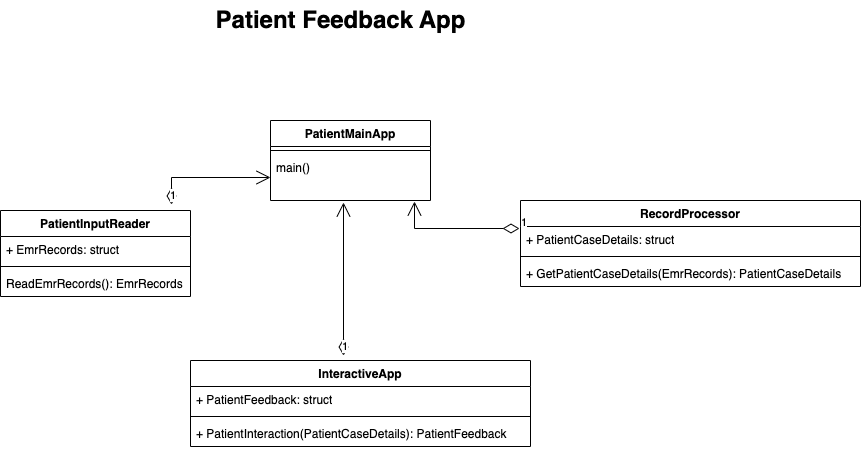
This is ObjectDiagram.drawio.png from vhatgadkar/patient-feedback-app, a draw.io export, as it was before one commit. Source tidied: cells renumbered, new cells last; positions are measured from the earlier drawing's top-left corner, leaving out a move shared by most shapes.
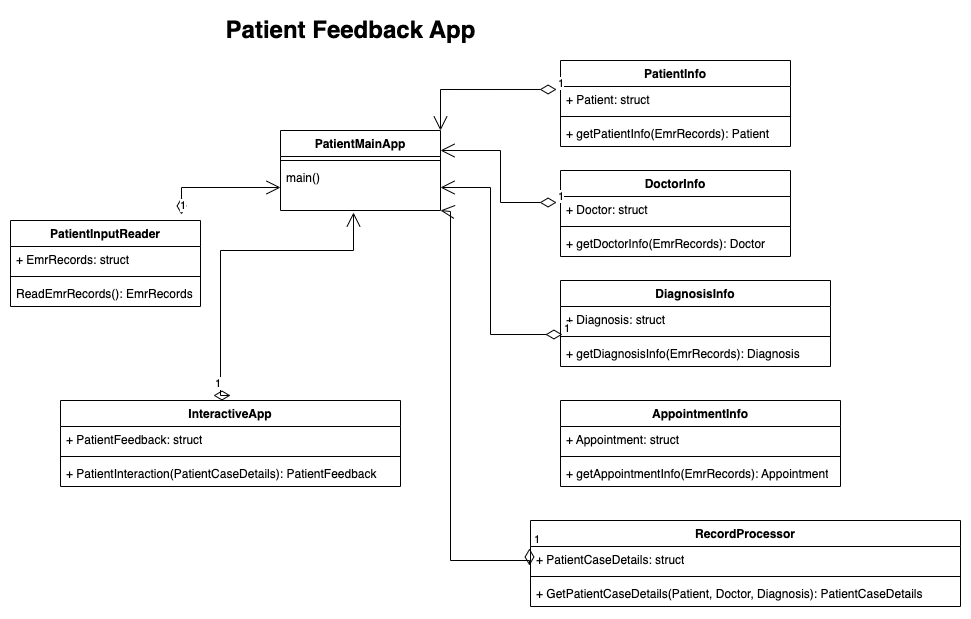
The same file after the commit.

Diff of the diagram source:
```diff
@@ -15,7 +15,7 @@
       <mxGeometry y="60" width="190" height="26" as="geometry" />
     </mxCell>
     <mxCell id="6" value="InteractiveApp" style="swimlane;fontStyle=1;align=center;verticalAlign=top;horizontal=1;startSize=26;whiteSpace=wrap;html=1;" parent="1" vertex="1">
-      <mxGeometry x="190" y="360" width="340" height="86" as="geometry" />
+      <mxGeometry x="50" y="390" width="340" height="86" as="geometry" />
     </mxCell>
     <mxCell id="7" value="+ PatientFeedback: struct" style="text;strokeColor=none;fillColor=none;align=left;verticalAlign=top;spacingLeft=4;spacingRight=4;overflow=hidden;whiteSpace=wrap;html=1;" parent="6" vertex="1">
       <mxGeometry y="26" width="340" height="26" as="geometry" />
@@ -39,30 +39,102 @@
       <mxGeometry x="-1" y="3" relative="1" as="geometry">
         <mxPoint x="343" y="202" as="targetPoint" />
         <Array as="points">
-          <mxPoint x="343" y="202" />
+          <mxPoint x="210" y="385" />
+          <mxPoint x="210" y="240" />
+          <mxPoint x="343" y="240" />
         </Array>
       </mxGeometry>
     </mxCell>
     <mxCell id="14" value="RecordProcessor" style="swimlane;fontStyle=1;align=center;verticalAlign=top;horizontal=1;startSize=26;whiteSpace=wrap;html=1;" parent="1" vertex="1">
-      <mxGeometry x="520" y="200" width="340" height="86" as="geometry" />
+      <mxGeometry x="520" y="510" width="430" height="86" as="geometry" />
     </mxCell>
     <mxCell id="15" value="+ PatientCaseDetails: struct" style="text;strokeColor=none;fillColor=none;align=left;verticalAlign=top;spacingLeft=4;spacingRight=4;overflow=hidden;points=[[0,0.5],[1,0.5]];portConstraint=eastwest;whiteSpace=wrap;html=1;" parent="14" vertex="1">
-      <mxGeometry y="26" width="340" height="26" as="geometry" />
+      <mxGeometry y="26" width="430" height="26" as="geometry" />
     </mxCell>
     <mxCell id="16" style="line;strokeWidth=1;fillColor=none;align=left;verticalAlign=middle;spacingTop=-1;spacingLeft=3;spacingRight=3;labelPosition=right;strokeColor=inherit;" parent="14" vertex="1">
-      <mxGeometry y="52" width="340" height="8" as="geometry" />
+      <mxGeometry y="52" width="430" height="8" as="geometry" />
     </mxCell>
-    <mxCell id="17" value="+ GetPatientCaseDetails(EmrRecords): PatientCaseDetails" style="text;strokeColor=none;fillColor=none;align=left;verticalAlign=top;spacingLeft=4;spacingRight=4;overflow=hidden;whiteSpace=wrap;html=1;" parent="14" vertex="1">
-      <mxGeometry y="60" width="340" height="26" as="geometry" />
+    <mxCell id="17" value="+ GetPatientCaseDetails(Patient, Doctor, Diagnosis): PatientCaseDetails" style="text;strokeColor=none;fillColor=none;align=left;verticalAlign=top;spacingLeft=4;spacingRight=4;overflow=hidden;whiteSpace=wrap;html=1;" parent="14" vertex="1">
+      <mxGeometry y="60" width="430" height="26" as="geometry" />
     </mxCell>
     <mxCell id="18" value="1" style="endArrow=open;html=1;endSize=12;startArrow=diamondThin;startSize=14;startFill=0;edgeStyle=orthogonalEdgeStyle;align=left;verticalAlign=bottom;rounded=0;entryX=0;entryY=0.5;entryDx=0;entryDy=0;exitX=0.9;exitY=-0.07;exitDx=0;exitDy=0;exitPerimeter=0;" parent="1" edge="1" source="2" target="12">
       <mxGeometry x="-1" y="3" relative="1" as="geometry" />
     </mxCell>
-    <mxCell id="19" value="1" style="endArrow=open;html=1;endSize=12;startArrow=diamondThin;startSize=14;startFill=0;edgeStyle=orthogonalEdgeStyle;align=left;verticalAlign=bottom;rounded=0;exitX=-0.003;exitY=0.077;exitDx=0;exitDy=0;exitPerimeter=0;entryX=0.9;entryY=1.022;entryDx=0;entryDy=0;entryPerimeter=0;" parent="1" edge="1" source="15" target="12">
-      <mxGeometry x="-1" y="3" relative="1" as="geometry" />
+    <mxCell id="19" value="1" style="endArrow=open;html=1;endSize=12;startArrow=diamondThin;startSize=14;startFill=0;edgeStyle=orthogonalEdgeStyle;align=left;verticalAlign=bottom;rounded=0;exitX=-0.003;exitY=0.077;exitDx=0;exitDy=0;exitPerimeter=0;" parent="1" edge="1">
+      <mxGeometry x="-1" y="3" relative="1" as="geometry">
+        <mxPoint x="519" y="538" as="sourcePoint" />
+        <mxPoint x="430" y="200" as="targetPoint" />
+        <Array as="points">
+          <mxPoint x="519" y="550" />
+          <mxPoint x="440" y="550" />
+          <mxPoint x="440" y="201" />
+        </Array>
+      </mxGeometry>
     </mxCell>
     <mxCell id="20" value="Patient Feedback App" style="text;strokeColor=none;fillColor=none;html=1;fontSize=24;fontStyle=1;verticalAlign=middle;align=center;" parent="1" vertex="1">
       <mxGeometry x="290" width="100" height="40" as="geometry" />
     </mxCell>
+    <mxCell id="21" value="PatientInfo" style="swimlane;fontStyle=1;align=center;verticalAlign=top;horizontal=1;startSize=26;whiteSpace=wrap;html=1;" parent="1" vertex="1">
+      <mxGeometry x="550" y="50" width="230" height="86" as="geometry" />
+    </mxCell>
+    <mxCell id="22" value="+ Patient: struct" style="text;strokeColor=none;fillColor=none;align=left;verticalAlign=top;spacingLeft=4;spacingRight=4;overflow=hidden;points=[[0,0.5],[1,0.5]];portConstraint=eastwest;whiteSpace=wrap;html=1;" parent="21" vertex="1">
+      <mxGeometry y="26" width="230" height="26" as="geometry" />
+    </mxCell>
+    <mxCell id="23" style="line;strokeWidth=1;fillColor=none;align=left;verticalAlign=middle;spacingTop=-1;spacingLeft=3;spacingRight=3;labelPosition=right;strokeColor=inherit;" parent="21" vertex="1">
+      <mxGeometry y="52" width="230" height="8" as="geometry" />
+    </mxCell>
+    <mxCell id="24" value="+ getPatientInfo(EmrRecords): Patient" style="text;strokeColor=none;fillColor=none;align=left;verticalAlign=top;spacingLeft=4;spacingRight=4;overflow=hidden;whiteSpace=wrap;html=1;" parent="21" vertex="1">
+      <mxGeometry y="60" width="230" height="26" as="geometry" />
+    </mxCell>
+    <mxCell id="25" value="DoctorInfo" style="swimlane;fontStyle=1;align=center;verticalAlign=top;horizontal=1;startSize=26;whiteSpace=wrap;html=1;" parent="1" vertex="1">
+      <mxGeometry x="550" y="160" width="230" height="86" as="geometry" />
+    </mxCell>
+    <mxCell id="26" value="+ Doctor: struct" style="text;strokeColor=none;fillColor=none;align=left;verticalAlign=top;spacingLeft=4;spacingRight=4;overflow=hidden;points=[[0,0.5],[1,0.5]];portConstraint=eastwest;whiteSpace=wrap;html=1;" parent="25" vertex="1">
+      <mxGeometry y="26" width="230" height="26" as="geometry" />
+    </mxCell>
+    <mxCell id="27" style="line;strokeWidth=1;fillColor=none;align=left;verticalAlign=middle;spacingTop=-1;spacingLeft=3;spacingRight=3;labelPosition=right;strokeColor=inherit;" parent="25" vertex="1">
+      <mxGeometry y="52" width="230" height="8" as="geometry" />
+    </mxCell>
+    <mxCell id="28" value="+ getDoctorInfo(EmrRecords): Doctor" style="text;strokeColor=none;fillColor=none;align=left;verticalAlign=top;spacingLeft=4;spacingRight=4;overflow=hidden;whiteSpace=wrap;html=1;" parent="25" vertex="1">
+      <mxGeometry y="60" width="230" height="26" as="geometry" />
+    </mxCell>
+    <mxCell id="29" value="DiagnosisInfo" style="swimlane;fontStyle=1;align=center;verticalAlign=top;horizontal=1;startSize=26;whiteSpace=wrap;html=1;" parent="1" vertex="1">
+      <mxGeometry x="550" y="270" width="270" height="86" as="geometry" />
+    </mxCell>
+    <mxCell id="30" value="+ Diagnosis: struct" style="text;strokeColor=none;fillColor=none;align=left;verticalAlign=top;spacingLeft=4;spacingRight=4;overflow=hidden;points=[[0,0.5],[1,0.5]];portConstraint=eastwest;whiteSpace=wrap;html=1;" parent="29" vertex="1">
+      <mxGeometry y="26" width="270" height="26" as="geometry" />
+    </mxCell>
+    <mxCell id="31" style="line;strokeWidth=1;fillColor=none;align=left;verticalAlign=middle;spacingTop=-1;spacingLeft=3;spacingRight=3;labelPosition=right;strokeColor=inherit;" parent="29" vertex="1">
+      <mxGeometry y="52" width="270" height="8" as="geometry" />
+    </mxCell>
+    <mxCell id="32" value="+ getDiagnosisInfo(EmrRecords): Diagnosis" style="text;strokeColor=none;fillColor=none;align=left;verticalAlign=top;spacingLeft=4;spacingRight=4;overflow=hidden;whiteSpace=wrap;html=1;" parent="29" vertex="1">
+      <mxGeometry y="60" width="270" height="26" as="geometry" />
+    </mxCell>
+    <mxCell id="33" value="AppointmentInfo" style="swimlane;fontStyle=1;align=center;verticalAlign=top;horizontal=1;startSize=26;whiteSpace=wrap;html=1;" parent="1" vertex="1">
+      <mxGeometry x="550" y="390" width="280" height="86" as="geometry" />
+    </mxCell>
+    <mxCell id="34" value="+ Appointment: struct" style="text;strokeColor=none;fillColor=none;align=left;verticalAlign=top;spacingLeft=4;spacingRight=4;overflow=hidden;whiteSpace=wrap;html=1;" parent="33" vertex="1">
+      <mxGeometry y="26" width="280" height="26" as="geometry" />
+    </mxCell>
+    <mxCell id="35" style="line;strokeWidth=1;fillColor=none;align=left;verticalAlign=middle;spacingTop=-1;spacingLeft=3;spacingRight=3;labelPosition=right;strokeColor=inherit;" parent="33" vertex="1">
+      <mxGeometry y="52" width="280" height="8" as="geometry" />
+    </mxCell>
+    <mxCell id="36" value="+ getAppointmentInfo(EmrRecords): Appointment" style="text;strokeColor=none;fillColor=none;align=left;verticalAlign=top;spacingLeft=4;spacingRight=4;overflow=hidden;whiteSpace=wrap;html=1;" parent="33" vertex="1">
+      <mxGeometry y="60" width="280" height="26" as="geometry" />
+    </mxCell>
+    <mxCell id="37" value="1" style="endArrow=open;html=1;endSize=12;startArrow=diamondThin;startSize=14;startFill=0;edgeStyle=orthogonalEdgeStyle;align=left;verticalAlign=bottom;rounded=0;entryX=1;entryY=0;entryDx=0;entryDy=0;exitX=-0.017;exitY=0.115;exitDx=0;exitDy=0;exitPerimeter=0;" parent="1" edge="1" source="22" target="10">
+      <mxGeometry x="-1" y="3" relative="1" as="geometry" />
+    </mxCell>
+    <mxCell id="38" value="1" style="endArrow=open;html=1;endSize=12;startArrow=diamondThin;startSize=14;startFill=0;edgeStyle=orthogonalEdgeStyle;align=left;verticalAlign=bottom;rounded=0;exitX=-0.017;exitY=0.231;exitDx=0;exitDy=0;exitPerimeter=0;entryX=1;entryY=0.25;entryDx=0;entryDy=0;" parent="1" edge="1" source="26" target="10">
+      <mxGeometry x="-1" y="3" relative="1" as="geometry" />
+    </mxCell>
+    <mxCell id="39" value="1" style="endArrow=open;html=1;endSize=12;startArrow=diamondThin;startSize=14;startFill=0;edgeStyle=orthogonalEdgeStyle;align=left;verticalAlign=bottom;rounded=0;entryX=1;entryY=0.5;entryDx=0;entryDy=0;exitX=0.007;exitY=1.077;exitDx=0;exitDy=0;exitPerimeter=0;" parent="1" edge="1" source="30" target="12">
+      <mxGeometry x="-1" y="3" relative="1" as="geometry">
+        <Array as="points">
+          <mxPoint x="480" y="324" />
+          <mxPoint x="480" y="177" />
+        </Array>
+      </mxGeometry>
+    </mxCell>
   </root>
 </mxGraphModel>
```
